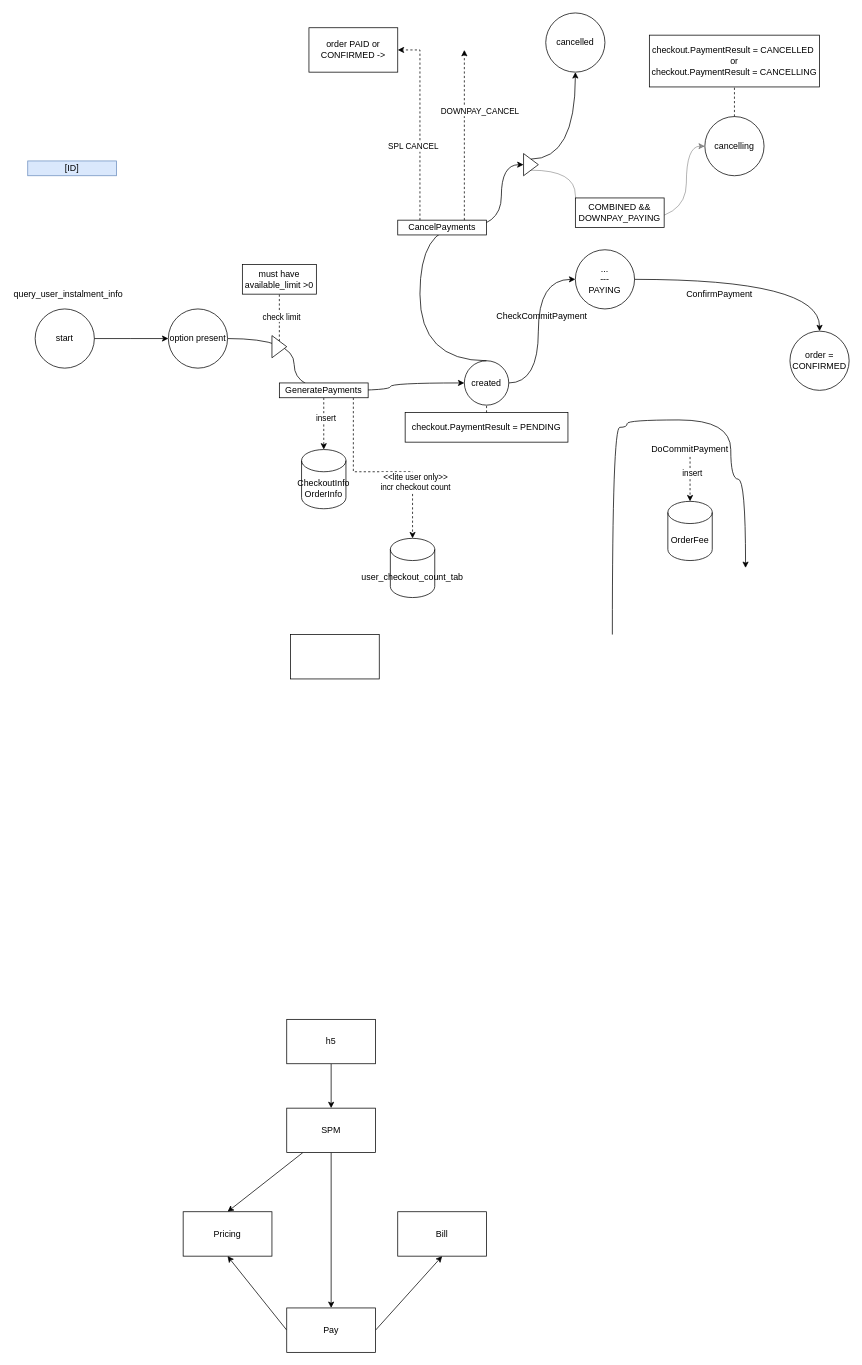
The draw.io diagram page "payments" (9 of 11) of dev-workflow-at-shopee.drawio in xhd2015/bog, before the edit. Source tidied: cells renumbered, new cells numbered last; positions are measured from the earlier drawing's top-left corner, leaving out a move shared by most shapes. Both pictures are drawn from the tidied source at 74%, with x=0, y=0 at pixel (13, 13).
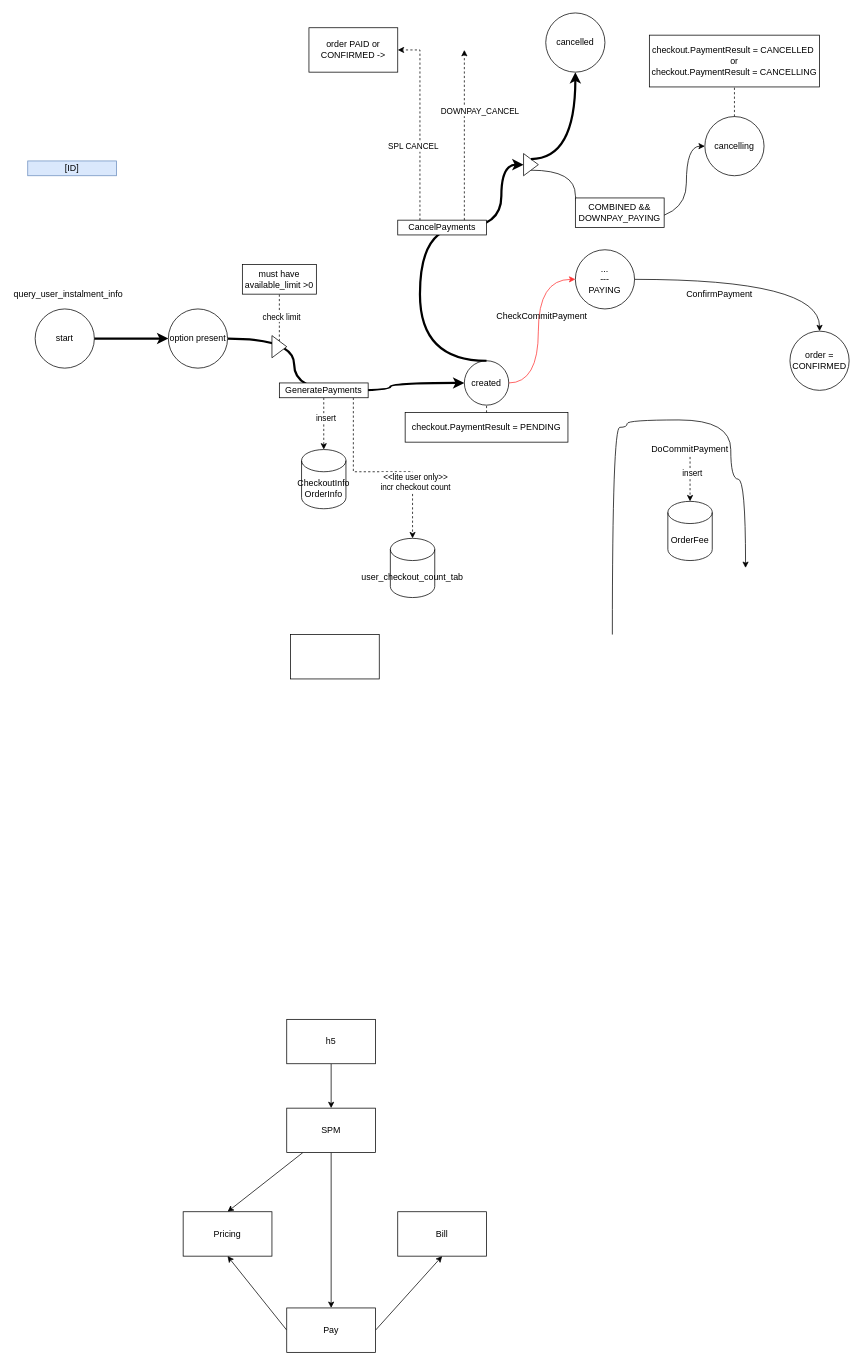
After the change.

Unchanged cells that the change refers to:
```xml
<mxCell id="3" value="option present" style="ellipse;whiteSpace=wrap;html=1;" parent="1" vertex="1">
  <mxGeometry x="210" y="400" width="80" height="80" as="geometry" />
</mxCell>
<mxCell id="7" value="created" style="ellipse;whiteSpace=wrap;html=1;" parent="1" vertex="1">
  <mxGeometry x="610" y="470" width="60" height="60" as="geometry" />
</mxCell>
<mxCell id="9" value="...&lt;br&gt;---&lt;br&gt;PAYING" style="ellipse;whiteSpace=wrap;html=1;" parent="1" vertex="1">
  <mxGeometry x="760" y="320" width="80" height="80" as="geometry" />
</mxCell>
<mxCell id="19" value="cancelling" style="ellipse;whiteSpace=wrap;html=1;" parent="1" vertex="1">
  <mxGeometry x="935" y="140" width="80" height="80" as="geometry" />
</mxCell>
<mxCell id="21" value="start" style="ellipse;whiteSpace=wrap;html=1;" parent="1" vertex="1">
  <mxGeometry x="30" y="400" width="80" height="80" as="geometry" />
</mxCell>
<mxCell id="54" style="triangle;whiteSpace=wrap;html=1;" parent="1" vertex="1">
  <mxGeometry x="690" y="190" width="20" height="30" as="geometry" />
</mxCell>
<mxCell id="56" value="cancelled" style="ellipse;whiteSpace=wrap;html=1;" parent="1" vertex="1">
  <mxGeometry x="720" width="80" height="80" as="geometry" />
</mxCell>
```

Diff of the diagram source:
```diff
@@
-    <mxCell id="2" style="edgeStyle=orthogonalEdgeStyle;html=1;entryX=0;entryY=0.5;entryDx=0;entryDy=0;curved=1;" parent="1" edge="1" source="3" target="7">
+    <mxCell id="2" style="edgeStyle=orthogonalEdgeStyle;html=1;entryX=0;entryY=0.5;entryDx=0;entryDy=0;curved=1;strokeWidth=3;" parent="1" edge="1" source="3" target="7">
       <mxGeometry relative="1" as="geometry">
         <Array as="points">
           <mxPoint x="380" y="440" />
           <mxPoint x="380" y="510" />
           <mxPoint x="510" y="510" />
           <mxPoint x="510" y="500" />
         </Array>
       </mxGeometry>
     </mxCell>
@@
-    <mxCell id="4" style="edgeStyle=orthogonalEdgeStyle;html=1;curved=1;exitX=1;exitY=0.5;exitDx=0;exitDy=0;entryX=0;entryY=0.5;entryDx=0;entryDy=0;" parent="1" edge="1" source="7" target="9">
+    <mxCell id="4" style="edgeStyle=orthogonalEdgeStyle;html=1;curved=1;exitX=1;exitY=0.5;exitDx=0;exitDy=0;entryX=0;entryY=0.5;entryDx=0;entryDy=0;strokeColor=#FF3333;" parent="1" edge="1" source="7" target="9">
       <mxGeometry relative="1" as="geometry">
         <Array as="points">
           <mxPoint x="710" y="500" />
           <mxPoint x="710" y="360" />
         </Array>
       </mxGeometry>
     </mxCell>
@@
-    <mxCell id="20" style="edgeStyle=orthogonalEdgeStyle;html=1;curved=1;entryX=0;entryY=0.5;entryDx=0;entryDy=0;exitX=0.5;exitY=0;exitDx=0;exitDy=0;" parent="1" edge="1" source="7" target="54">
+    <mxCell id="20" style="edgeStyle=orthogonalEdgeStyle;html=1;curved=1;entryX=0;entryY=0.5;entryDx=0;entryDy=0;exitX=0.5;exitY=0;exitDx=0;exitDy=0;strokeWidth=3;" parent="1" edge="1" source="7" target="54">
       <mxGeometry relative="1" as="geometry">
         <Array as="points">
           <mxPoint x="550" y="470" />
           <mxPoint x="550" y="290" />
           <mxPoint x="660" y="290" />
           <mxPoint x="660" y="205" />
         </Array>
       </mxGeometry>
     </mxCell>
@@
-    <mxCell id="22" style="edgeStyle=orthogonalEdgeStyle;html=1;curved=1;entryX=0;entryY=0.5;entryDx=0;entryDy=0;exitX=1;exitY=0.5;exitDx=0;exitDy=0;" parent="1" edge="1" source="21" target="3">
+    <mxCell id="22" style="edgeStyle=orthogonalEdgeStyle;html=1;curved=1;entryX=0;entryY=0.5;entryDx=0;entryDy=0;exitX=1;exitY=0.5;exitDx=0;exitDy=0;strokeWidth=3;" parent="1" edge="1" source="21" target="3">
       <mxGeometry relative="1" as="geometry">
         <Array as="points">
           <mxPoint x="160" y="440" />
           <mxPoint x="160" y="440" />
         </Array>
       </mxGeometry>
     </mxCell>
@@
-    <mxCell id="53" style="edgeStyle=orthogonalEdgeStyle;rounded=0;jettySize=auto;html=1;entryX=0;entryY=0.5;entryDx=0;entryDy=0;curved=1;exitX=0.5;exitY=1;exitDx=0;exitDy=0;sketch=0;shadow=0;opacity=40;" parent="1" edge="1" source="54" target="19">
+    <mxCell id="53" style="edgeStyle=orthogonalEdgeStyle;rounded=0;jettySize=auto;html=1;entryX=0;entryY=0.5;entryDx=0;entryDy=0;curved=1;exitX=0.5;exitY=1;exitDx=0;exitDy=0;sketch=0;shadow=0;" parent="1" edge="1" source="54" target="19">
       <mxGeometry relative="1" as="geometry">
         <Array as="points">
           <mxPoint x="760" y="213" />
           <mxPoint x="760" y="280" />
           <mxPoint x="910" y="280" />
           <mxPoint x="910" y="180" />
         </Array>
       </mxGeometry>
     </mxCell>
@@
-    <mxCell id="55" style="edgeStyle=orthogonalEdgeStyle;rounded=0;jettySize=auto;html=1;curved=1;exitX=0.5;exitY=0;exitDx=0;exitDy=0;entryX=0.5;entryY=1;entryDx=0;entryDy=0;" parent="1" edge="1" source="54" target="56">
+    <mxCell id="55" style="edgeStyle=orthogonalEdgeStyle;rounded=0;jettySize=auto;html=1;curved=1;exitX=0.5;exitY=0;exitDx=0;exitDy=0;entryX=0.5;entryY=1;entryDx=0;entryDy=0;strokeWidth=3;" parent="1" edge="1" source="54" target="56">
       <mxGeometry relative="1" as="geometry" />
     </mxCell>
```
